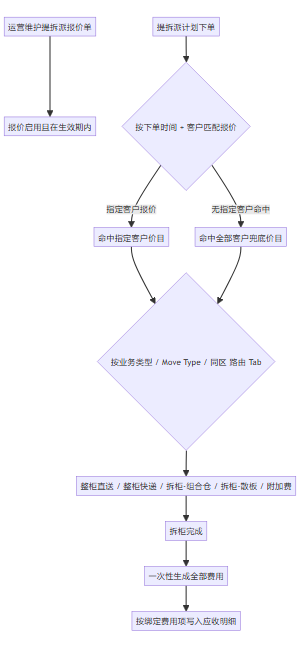
Above: admin/docs/images/提拆派报价/05-核心业务流程.png in Junia-Pan/MEEKOO (Mermaid), before the change. Its source is kept beside it as admin/docs/diagrams/提拆派报价/05-核心业务流程.mmd.
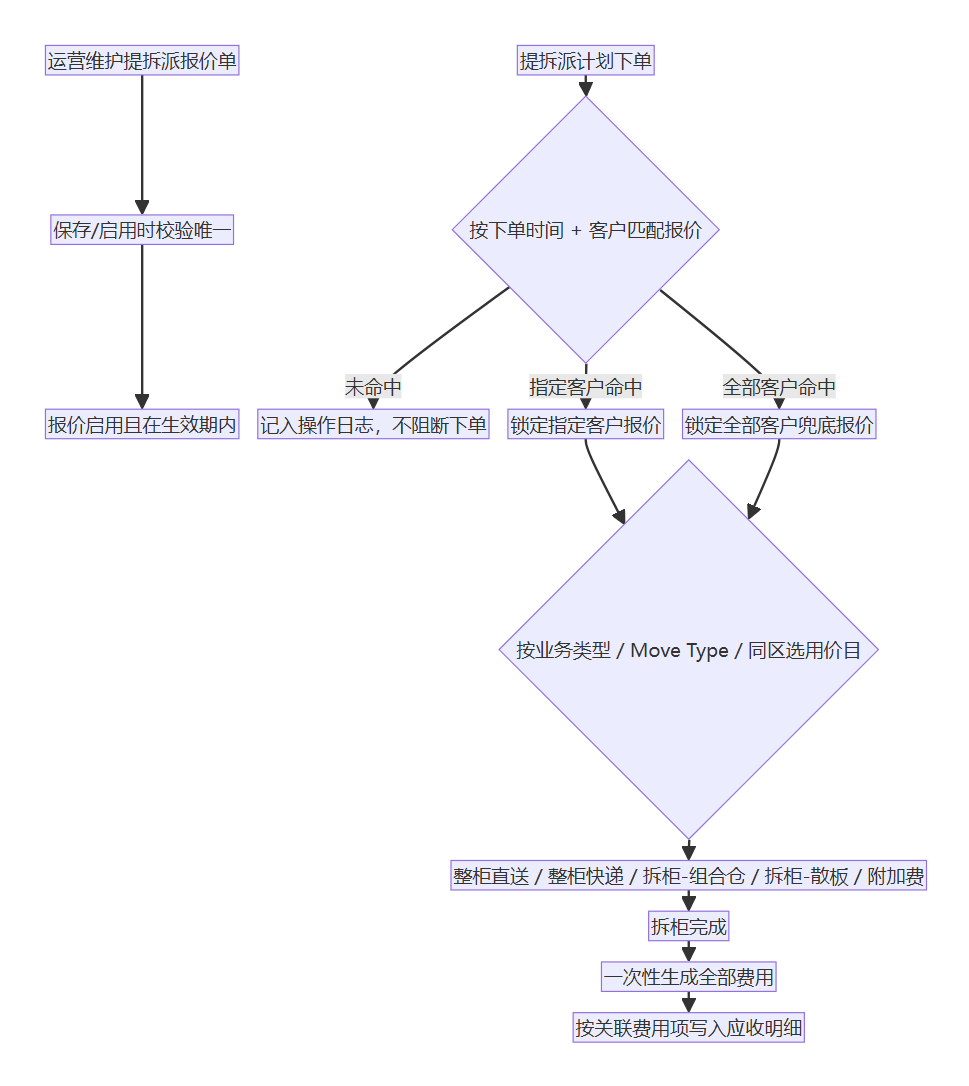
After the commit.

Change to the diagram source:
```diff
@@ -1,11 +1,14 @@
+%%{init: {'flowchart': {'rankSpacing': 18, 'nodeSpacing': 16, 'padding': 4}}}%%
 flowchart TD
-    A[运营维护提拆派报价单] --> B[报价启用且在生效期内]
+    A[运营维护提拆派报价单] --> A1[保存/启用时校验唯一]
+    A1 --> B[报价启用且在生效期内]
     C[提拆派计划下单] --> D{按下单时间 + 客户匹配报价}
-    D -->|指定客户报价| E[命中指定客户价目]
-    D -->|无指定客户命中| F[命中全部客户兜底价目]
-    E --> G{按业务类型 / Move Type / 同区 路由 Tab}
+    D -->|未命中| L[记入提拆派计划操作日志<br/>不阻断下单]
+    D -->|指定客户命中| E[锁定指定客户报价]
+    D -->|全部客户命中| F[锁定全部客户兜底报价]
+    E --> G{按业务类型 / Move Type / 同区选用价目}
     F --> G
     G --> H[整柜直送 / 整柜快递 / 拆柜-组合仓 / 拆柜-散板 / 附加费]
     H --> I[拆柜完成]
     I --> J[一次性生成全部费用]
-    J --> K[按绑定费用项写入应收明细]
+    J --> K[按关联费用项写入应收明细]
```
